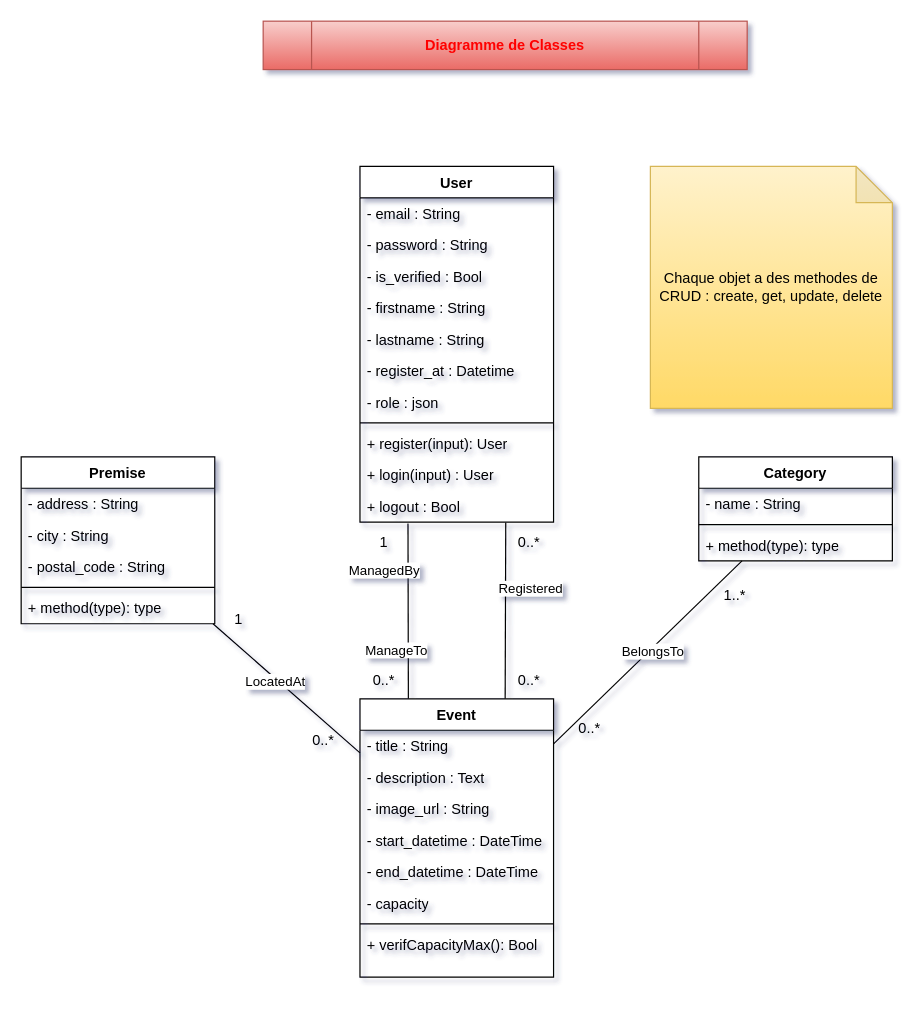
Earlier version of the draw.io diagram UML/Classe_Projet_Fil_Rouge.drawio (Mzk-Ali/M2I_Projet_Fil_Rouge_Conception). Source tidied: cells renumbered, new cells numbered last; positions are measured from the earlier drawing's top-left corner, leaving out a move shared by most shapes. Both pictures are drawn from the tidied source at 121%, with x=0, y=0 at pixel (21, 21).
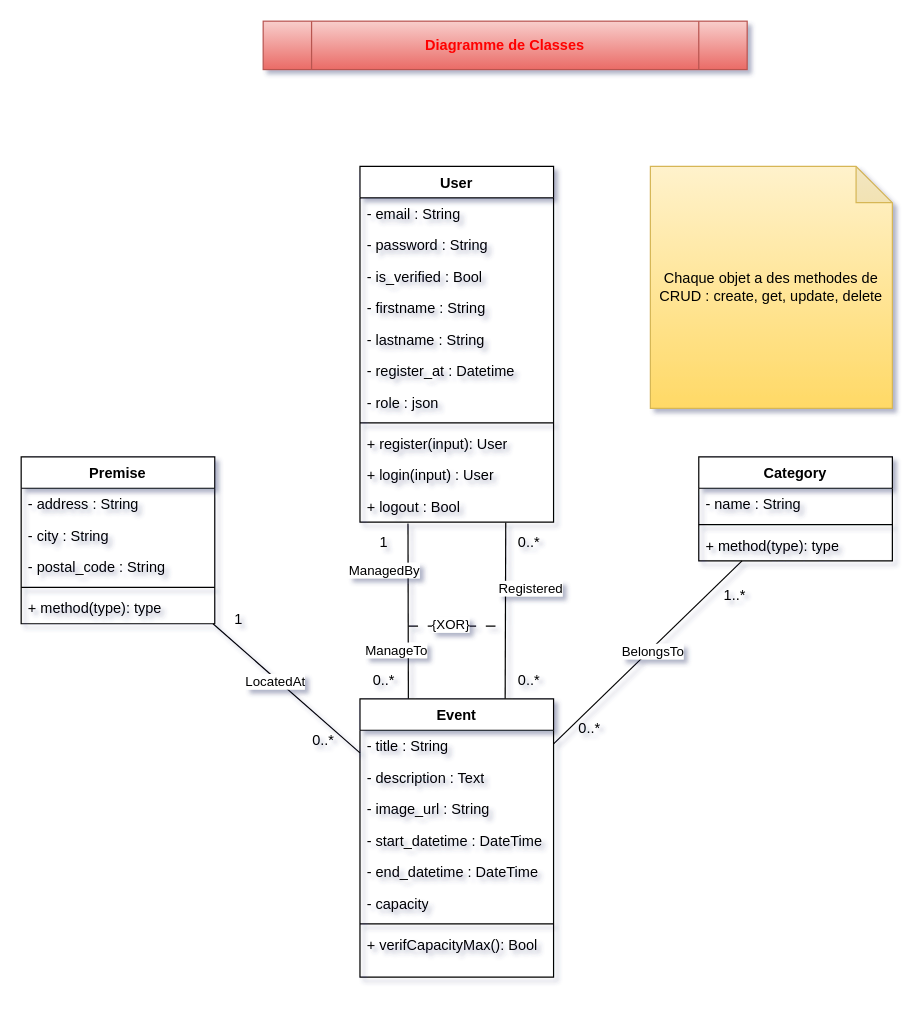
The same page after the edit.

Commit message (it also covers changes not shown here):
Mettre à jour Classe_Projet_Fil_Rouge.drawio

The edit, as a diff of the source:
```diff
@@
+    <mxCell id="52" style="endArrow=none;html=1;rounded=0;dashed=1;dashPattern=8 8;" parent="1" edge="1">
+      <mxGeometry relative="1" as="geometry">
+        <mxPoint x="320" y="500" as="sourcePoint" />
+        <mxPoint x="400" y="500" as="targetPoint" />
+      </mxGeometry>
+    </mxCell>
+    <mxCell id="53" value="{XOR}" style="edgeLabel;html=1;align=center;verticalAlign=middle;" parent="52" vertex="1">
+      <mxGeometry x="-0.14" y="2" relative="1" as="geometry" />
+    </mxCell>
```
